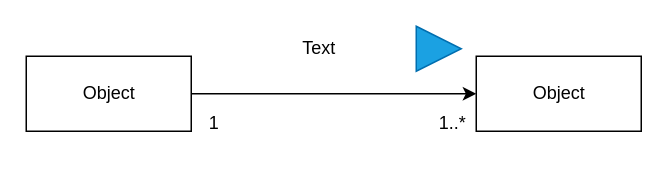
Above: relationship diagram.drawio in 110111218/111-2HW2 (draw.io), before the change. Source tidied: cells renumbered, new cells numbered last; positions are measured from the earlier drawing's top-left corner, leaving out a move shared by most shapes. Both pictures are drawn from the tidied source at 150%, with x=0, y=0 at pixel (26, 26).
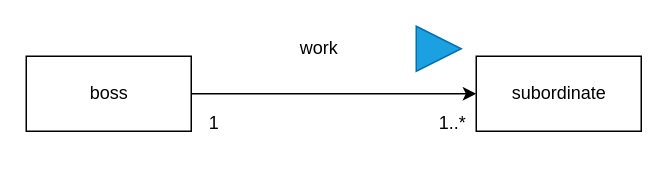
The same page after the edit.

Diff of the diagram source:
```diff
@@
 <mxGraphModel>
   <root>
     <mxCell id="0" />
     <mxCell id="1" parent="0" />
     <mxCell id="2" style="edgeStyle=none;html=1;exitX=1;exitY=0.5;exitDx=0;exitDy=0;entryX=0;entryY=0.5;entryDx=0;entryDy=0;" parent="1" edge="1" source="3" target="4">
       <mxGeometry relative="1" as="geometry" />
     </mxCell>
-    <mxCell id="3" value="Object" style="html=1;" parent="1" vertex="1">
+    <mxCell id="3" value="boss" style="html=1;" parent="1" vertex="1">
       <mxGeometry y="20" width="110" height="50" as="geometry" />
     </mxCell>
-    <mxCell id="4" value="Object" style="html=1;" parent="1" vertex="1">
+    <mxCell id="4" value="subordinate" style="html=1;" parent="1" vertex="1">
       <mxGeometry x="300" y="20" width="110" height="50" as="geometry" />
     </mxCell>
     <mxCell id="5" style="triangle;whiteSpace=wrap;html=1;fillColor=#1ba1e2;fontColor=#ffffff;strokeColor=#006EAF;" parent="1" vertex="1">
       <mxGeometry x="260" width="30" height="30" as="geometry" />
     </mxCell>
-    <mxCell id="6" value="Text" style="text;html=1;align=center;verticalAlign=middle;strokeColor=none;fillColor=none;" parent="1" vertex="1">
+    <mxCell id="6" value="work" style="text;html=1;align=center;verticalAlign=middle;strokeColor=none;fillColor=none;" parent="1" vertex="1">
       <mxGeometry x="170" width="50" height="30" as="geometry" />
     </mxCell>
     <mxCell id="7" value="1" style="text;html=1;align=center;verticalAlign=middle;strokeColor=none;fillColor=none;" parent="1" vertex="1">
       <mxGeometry x="110" y="50" width="30" height="30" as="geometry" />
     </mxCell>
     <mxCell id="8" value="1..*" style="text;html=1;align=center;verticalAlign=middle;strokeColor=none;fillColor=none;" parent="1" vertex="1">
       <mxGeometry x="264" y="50" width="40" height="30" as="geometry" />
     </mxCell>
   </root>
 </mxGraphModel>
```
